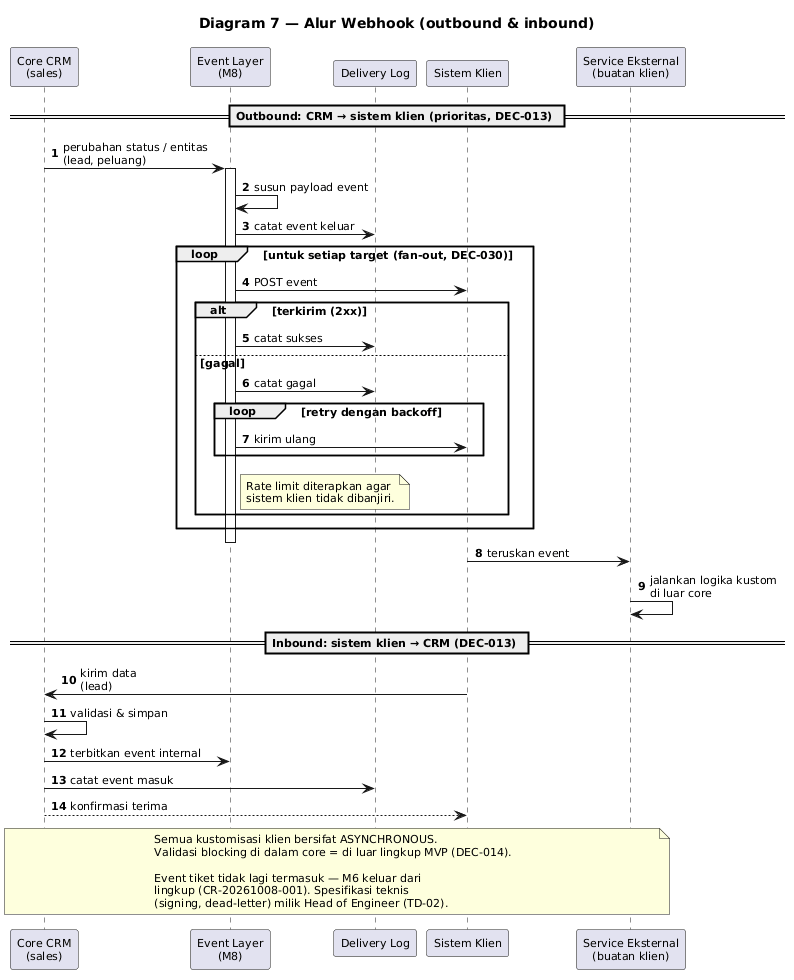
This is knowledge/projects/bootcamp-crm/requirements/brd/diagrams/07-alur-webhook.png from yudha-tlab/ai-os-knowledge, a PlantUML export, as it was before one commit.
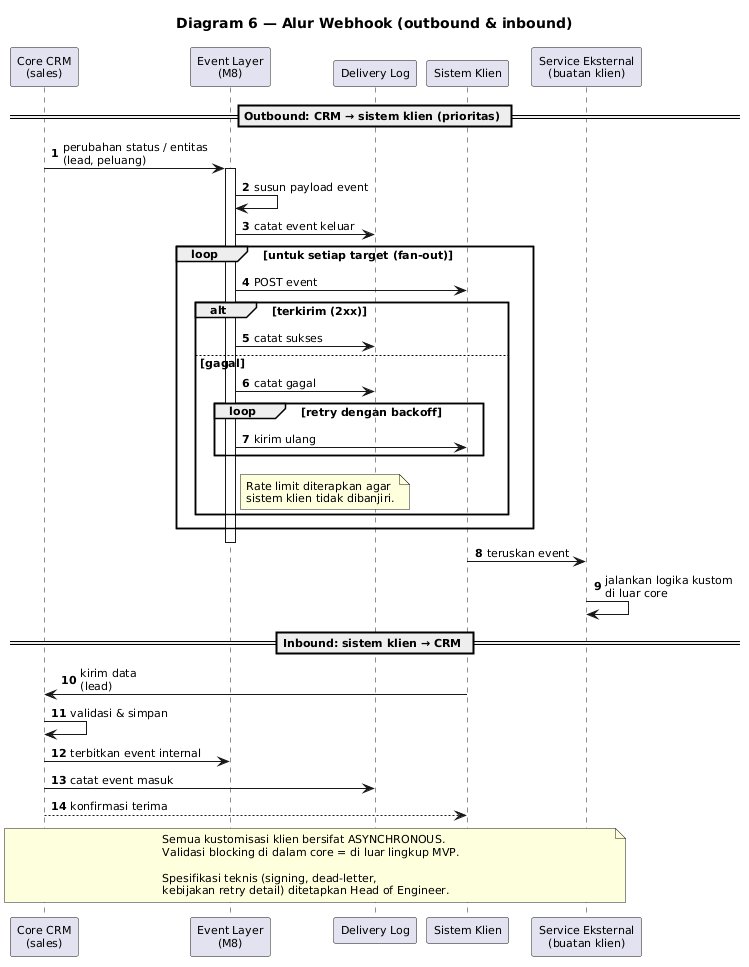
After the change.

What changed in the source:
```diff
@@ -1,5 +1,5 @@
 @startuml
-title Diagram 7 — Alur Webhook (outbound & inbound)
+title Diagram 6 — Alur Webhook (outbound & inbound)
 
 skinparam shadowing false
 skinparam defaultFontSize 11
@@ -12,13 +12,13 @@
 participant "Sistem Klien" as EXT
 participant "Service Eksternal\n(buatan klien)" as SVC
 
-== Outbound: CRM → sistem klien (prioritas, DEC-013) ==
+== Outbound: CRM → sistem klien (prioritas) ==
 
 CRM -> EVT : perubahan status / entitas\n(lead, peluang)
 activate EVT
 EVT -> EVT : susun payload event
 EVT -> LOG : catat event keluar
-loop untuk setiap target (fan-out, DEC-030)
+loop untuk setiap target (fan-out)
   EVT -> EXT : POST event
   alt terkirim (2xx)
     EVT -> LOG : catat sukses
@@ -37,7 +37,7 @@
 EXT -> SVC : teruskan event
 SVC -> SVC : jalankan logika kustom\ndi luar core
 
-== Inbound: sistem klien → CRM (DEC-013) ==
+== Inbound: sistem klien → CRM ==
 
 EXT -> CRM : kirim data\n(lead)
 CRM -> CRM : validasi & simpan
@@ -47,10 +47,9 @@
 
 note over CRM, SVC
   Semua kustomisasi klien bersifat ASYNCHRONOUS.
-  Validasi blocking di dalam core = di luar lingkup MVP (DEC-014).
+  Validasi blocking di dalam core = di luar lingkup MVP.
 
-  Event tiket tidak lagi termasuk — M6 keluar dari
-  lingkup (CR-20261008-001). Spesifikasi teknis
-  (signing, dead-letter) milik Head of Engineer (TD-02).
+  Spesifikasi teknis (signing, dead-letter,
+  kebijakan retry detail) ditetapkan Head of Engineer.
 end note
 @enduml
```
